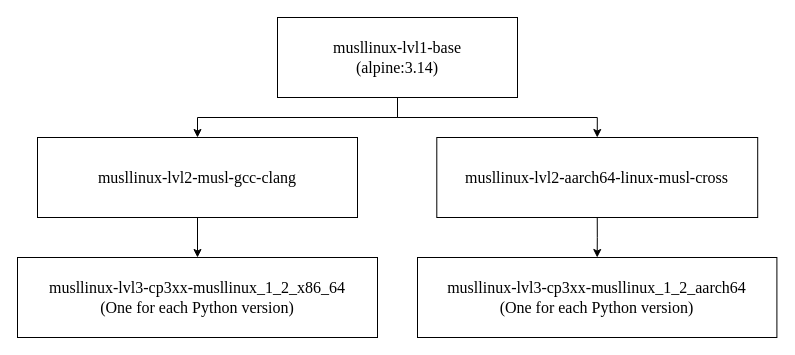
Earlier version of the draw.io diagram page "musllinux" (4 of 5) of images/Docker_layer_graph.drawio (andreslilloortiz/pookie). Source tidied: cells renumbered, new cells numbered last; positions are measured from the earlier drawing's top-left corner, leaving out a move shared by most shapes. Both pictures are drawn from the tidied source at 100%, with x=0, y=0 at pixel (17, 17).
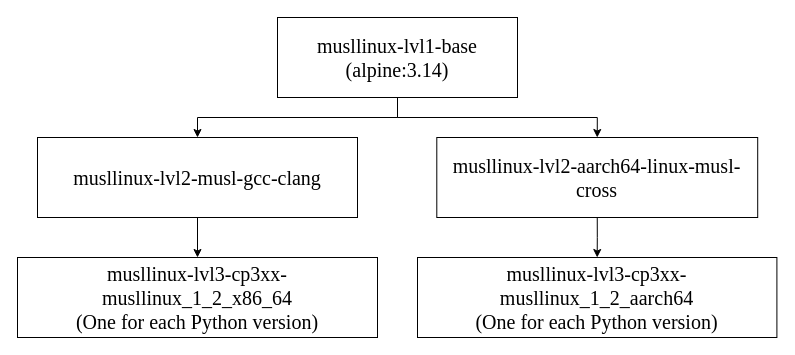
The same diagram, later.

Diff of the diagram source:
```diff
@@
 <mxGraphModel>
   <root>
     <mxCell id="0" />
     <mxCell id="1" parent="0" />
-    <mxCell id="2" style="edgeStyle=orthogonalEdgeStyle;rounded=0;jettySize=auto;html=1;exitX=0.5;exitY=1;exitDx=0;exitDy=0;entryX=0.5;entryY=0;entryDx=0;entryDy=0;fontSize=16;fontColor=default;fontFamily=Times New Roman;" parent="1" edge="1" source="3" target="5">
+    <mxCell id="2" style="edgeStyle=orthogonalEdgeStyle;rounded=0;jettySize=auto;html=1;exitX=0.5;exitY=1;exitDx=0;exitDy=0;entryX=0.5;entryY=0;entryDx=0;entryDy=0;fontSize=20;fontColor=default;fontFamily=Times New Roman;" parent="1" edge="1" source="3" target="5">
       <mxGeometry relative="1" as="geometry" />
     </mxCell>
-    <mxCell id="3" value="&lt;font&gt;musllinux-lvl1-base&lt;br&gt;(alpine:3.14)&lt;/font&gt;" style="rounded=0;whiteSpace=wrap;html=1;fontSize=16;fontColor=default;fontFamily=Times New Roman;" parent="1" vertex="1">
+    <mxCell id="3" value="&lt;font&gt;musllinux-lvl1-base&lt;br&gt;(alpine:3.14)&lt;/font&gt;" style="rounded=0;whiteSpace=wrap;html=1;fontSize=20;fontColor=default;fontFamily=Times New Roman;" parent="1" vertex="1">
       <mxGeometry x="260" width="240" height="80" as="geometry" />
     </mxCell>
-    <mxCell id="4" style="edgeStyle=orthogonalEdgeStyle;rounded=0;jettySize=auto;html=1;exitX=0.5;exitY=1;exitDx=0;exitDy=0;fontSize=16;fontColor=default;fontFamily=Times New Roman;" parent="1" edge="1" source="5" target="6">
+    <mxCell id="4" style="edgeStyle=orthogonalEdgeStyle;rounded=0;jettySize=auto;html=1;exitX=0.5;exitY=1;exitDx=0;exitDy=0;fontSize=20;fontColor=default;fontFamily=Times New Roman;" parent="1" edge="1" source="5" target="6">
       <mxGeometry relative="1" as="geometry" />
     </mxCell>
-    <mxCell id="5" value="&lt;font&gt;&lt;span style=&quot;&quot;&gt;musllinux-lvl2-&lt;/span&gt;musl-gcc-clang&lt;/font&gt;" style="rounded=0;whiteSpace=wrap;html=1;fontSize=16;fontColor=default;fontFamily=Times New Roman;" parent="1" vertex="1">
+    <mxCell id="5" value="&lt;font&gt;&lt;span&gt;musllinux-lvl2-&lt;/span&gt;musl-gcc-clang&lt;/font&gt;" style="rounded=0;whiteSpace=wrap;html=1;fontSize=20;fontColor=default;fontFamily=Times New Roman;" parent="1" vertex="1">
       <mxGeometry x="20" y="120" width="320" height="80" as="geometry" />
     </mxCell>
-    <mxCell id="6" value="&lt;div&gt;&lt;font&gt;&lt;span style=&quot;background-color: transparent;&quot;&gt;musllinux&lt;/span&gt;&lt;span style=&quot;&quot;&gt;-&lt;/span&gt;&lt;span style=&quot;&quot;&gt;lvl3&lt;/span&gt;&lt;span style=&quot;&quot;&gt;-&lt;/span&gt;&lt;span style=&quot;&quot;&gt;cp3xx-musllinux_1_2_x86_64&lt;/span&gt;&lt;br&gt;(One for each Python version)&lt;/font&gt;&lt;/div&gt;" style="rounded=0;whiteSpace=wrap;html=1;fontSize=16;fontColor=default;fontFamily=Times New Roman;" parent="1" vertex="1">
+    <mxCell id="6" value="&lt;div&gt;&lt;font&gt;&lt;span style=&quot;background-color: transparent;&quot;&gt;musllinux&lt;/span&gt;&lt;span&gt;-&lt;/span&gt;&lt;span&gt;lvl3&lt;/span&gt;&lt;span&gt;-&lt;/span&gt;&lt;span&gt;cp3xx-musllinux_1_2_x86_64&lt;/span&gt;&lt;br&gt;(One for each Python version)&lt;/font&gt;&lt;/div&gt;" style="rounded=0;whiteSpace=wrap;html=1;fontSize=20;fontColor=default;fontFamily=Times New Roman;" parent="1" vertex="1">
       <mxGeometry y="240" width="360" height="80" as="geometry" />
     </mxCell>
-    <mxCell id="7" value="&lt;font&gt;musllinux-lvl2-aarch64-linux-musl-cross&lt;/font&gt;" style="rounded=0;whiteSpace=wrap;html=1;strokeColor=default;fontSize=16;fontColor=default;fontFamily=Times New Roman;" parent="1" vertex="1">
+    <mxCell id="7" value="&lt;font&gt;musllinux-lvl2-aarch64-linux-musl-cross&lt;/font&gt;" style="rounded=0;whiteSpace=wrap;html=1;strokeColor=default;fontSize=20;fontColor=default;fontFamily=Times New Roman;" parent="1" vertex="1">
       <mxGeometry x="419.3" y="120" width="320.9" height="80" as="geometry" />
     </mxCell>
-    <mxCell id="8" style="edgeStyle=orthogonalEdgeStyle;rounded=0;jettySize=auto;html=1;exitX=0.5;exitY=1;exitDx=0;exitDy=0;entryX=0.5;entryY=0;entryDx=0;entryDy=0;fontSize=16;fontColor=default;fontFamily=Times New Roman;" parent="1" edge="1" source="3" target="7">
+    <mxCell id="8" style="edgeStyle=orthogonalEdgeStyle;rounded=0;jettySize=auto;html=1;exitX=0.5;exitY=1;exitDx=0;exitDy=0;entryX=0.5;entryY=0;entryDx=0;entryDy=0;fontSize=20;fontColor=default;fontFamily=Times New Roman;" parent="1" edge="1" source="3" target="7">
       <mxGeometry relative="1" as="geometry" />
     </mxCell>
-    <mxCell id="9" value="&lt;font&gt;musllinux-&lt;span style=&quot;&quot;&gt;lvl3&lt;/span&gt;-&lt;span style=&quot;&quot;&gt;cp3xx-musllinux_1_2_aarch64&lt;/span&gt;&lt;/font&gt;&lt;div&gt;&lt;font&gt;(One for each Python version)&lt;/font&gt;&lt;/div&gt;" style="rounded=0;whiteSpace=wrap;html=1;strokeColor=default;fontSize=16;fontColor=default;fontFamily=Times New Roman;" parent="1" vertex="1">
+    <mxCell id="9" value="&lt;font&gt;musllinux-&lt;span&gt;lvl3&lt;/span&gt;-&lt;span&gt;cp3xx-musllinux_1_2_aarch64&lt;/span&gt;&lt;/font&gt;&lt;div&gt;&lt;font&gt;(One for each Python version)&lt;/font&gt;&lt;/div&gt;" style="rounded=0;whiteSpace=wrap;html=1;strokeColor=default;fontSize=20;fontColor=default;fontFamily=Times New Roman;" parent="1" vertex="1">
       <mxGeometry x="400" y="240" width="359.4" height="80" as="geometry" />
     </mxCell>
-    <mxCell id="10" style="edgeStyle=orthogonalEdgeStyle;rounded=0;jettySize=auto;html=1;exitX=0.5;exitY=1;exitDx=0;exitDy=0;entryX=0.5;entryY=0;entryDx=0;entryDy=0;fontSize=16;fontColor=default;fontFamily=Times New Roman;" parent="1" edge="1" source="7" target="9">
+    <mxCell id="10" style="edgeStyle=orthogonalEdgeStyle;rounded=0;jettySize=auto;html=1;exitX=0.5;exitY=1;exitDx=0;exitDy=0;entryX=0.5;entryY=0;entryDx=0;entryDy=0;fontSize=20;fontColor=default;fontFamily=Times New Roman;" parent="1" edge="1" source="7" target="9">
       <mxGeometry relative="1" as="geometry" />
     </mxCell>
   </root>
 </mxGraphModel>
```
